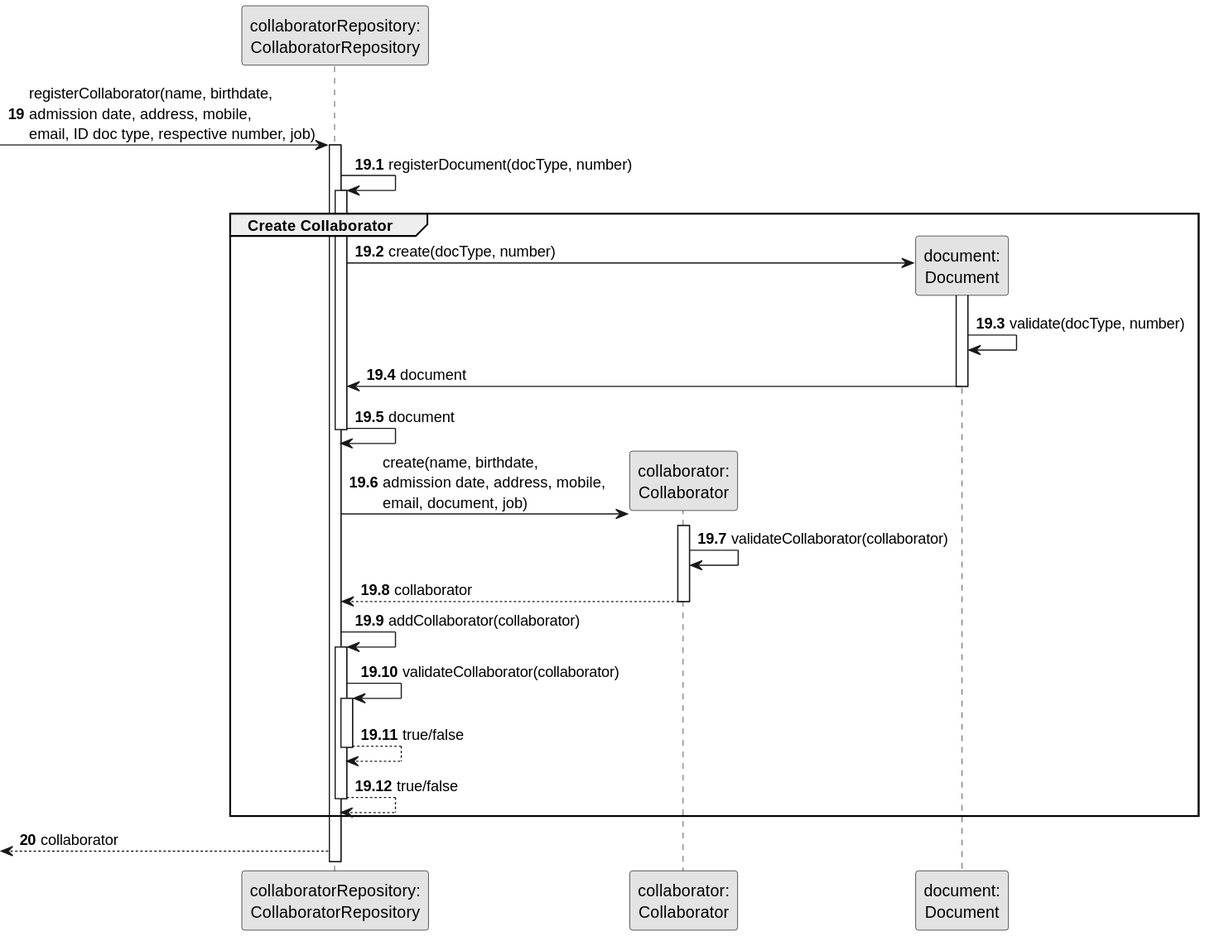
Before: docs/sprint2/us03/03.design/svg/us03-sequence-diagram-partial-create-collaborator.svg, a diagram exported from PlantUML (Departamento-de-Engenharia-Informatica/lei-24-s2-1db-g022).
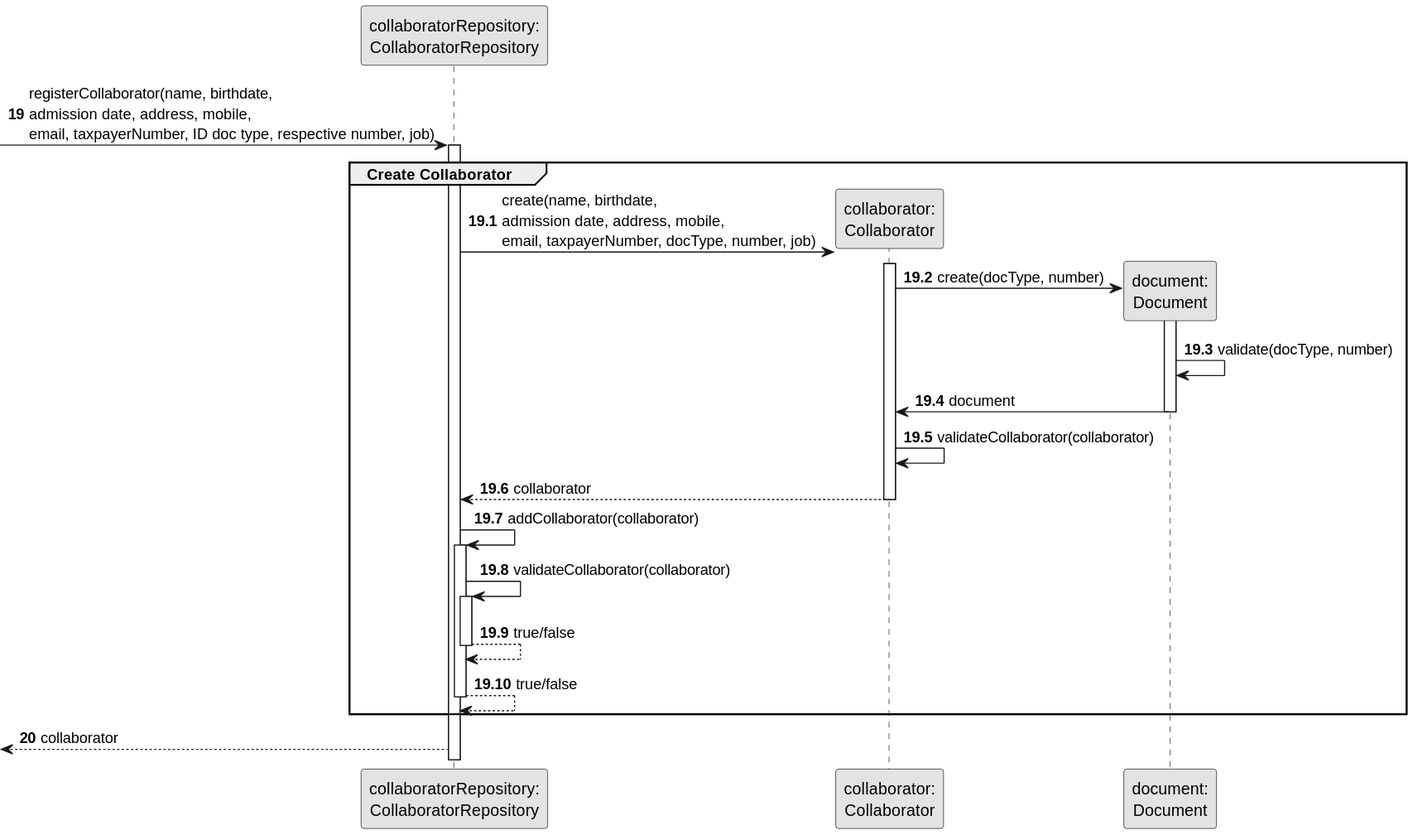
The same diagram one commit later.

Diff of the diagram source:
```diff
@@ -9,32 +9,29 @@
 participant "document:\nDocument" as Doc
 
 autonumber 19
--> CollaboratorRepository : registerCollaborator(name, birthdate, \nadmission date, address, mobile, \nemail, ID doc type, respective number, job)
+-> CollaboratorRepository : registerCollaborator(name, birthdate, \nadmission date, address, mobile, \nemail, taxpayerNumber, ID doc type, respective number, job)
 
 
 autonumber 19.1
 activate CollaboratorRepository
 
-CollaboratorRepository -> CollaboratorRepository : registerDocument(docType, number)
-activate CollaboratorRepository
+
 
 
     group Create Collaborator
-    CollaboratorRepository -> Doc** : create(docType, number)
+
+
+CollaboratorRepository -> Collaborator**: create(name, birthdate, \nadmission date, address, mobile, \nemail, taxpayerNumber, docType, number, job)
+
+            activate Collaborator
+
+ Collaborator -> Doc** : create(docType, number)
     activate Doc
 
     Doc -> Doc : validate(docType, number)
 
-    Doc -> CollaboratorRepository : document
+    Doc -> Collaborator : document
     deactivate Doc
-
-    CollaboratorRepository -> CollaboratorRepository : document
-    deactivate CollaboratorRepository
-
-
-CollaboratorRepository -> Collaborator**: create(name, birthdate, \nadmission date, address, mobile, \nemail, document, job)
-
-            activate Collaborator
 
                 Collaborator -> Collaborator: validateCollaborator(collaborator)
                 Collaborator --> CollaboratorRepository : collaborator
```
